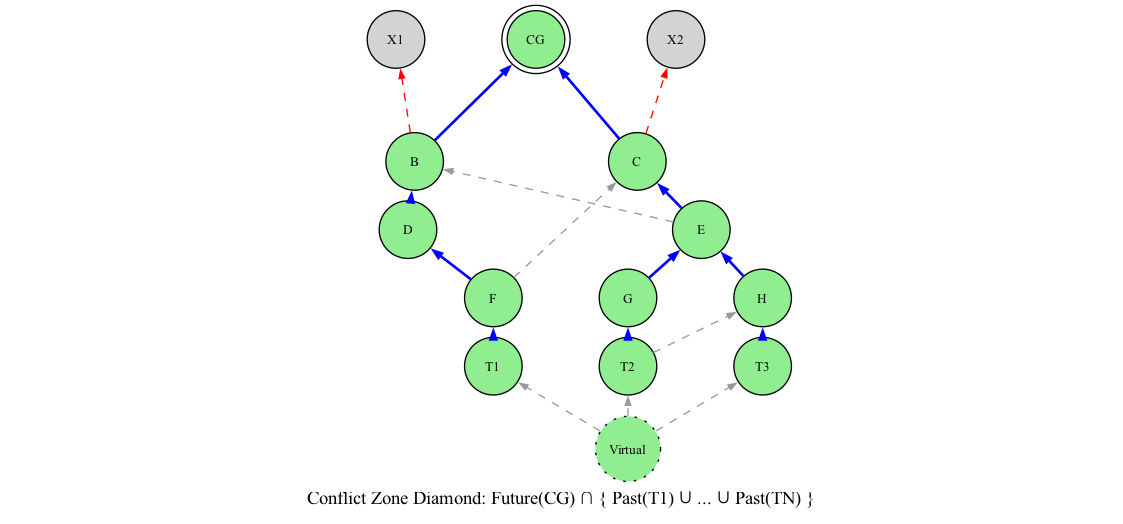
Before: png/03-conflict-zone-diamond.png, a diagram exported from Graphviz (coderofstuff/dk-wiki). Its source is kept beside it as dot/03-conflict-zone-diamond.dot.
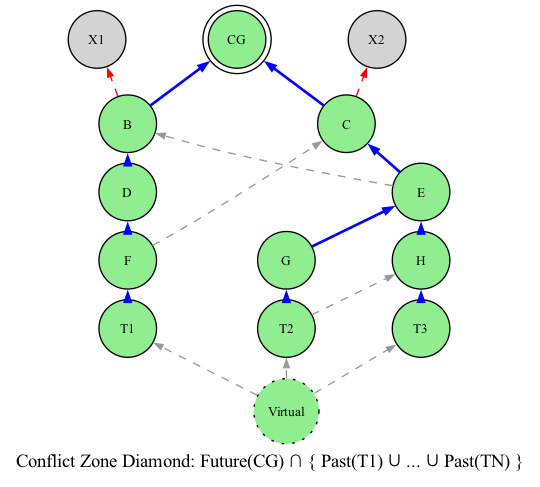
After the change.

The edit, as a diff of the source:
```diff
@@ -13,7 +13,11 @@
     Virtual [label="Virtual", shape=circle, style="dotted,filled", fillcolor=lightgreen];
 
     subgraph cluster_left {
-        style=invis;
+        label="";
+        labelloc=b;
+        style="dashed";
+        color=white;
+        penwidth=0;
         B [label="B", fillcolor=lightgreen];
         D [label="D", fillcolor=lightgreen];
         F [label="F", fillcolor=lightgreen];
@@ -21,7 +25,11 @@
     }
 
     subgraph cluster_right {
-        style=invis;
+        label="";
+        labelloc=b;
+        style="dashed";
+        color=white;
+        penwidth=0;
         C [label="C", fillcolor=lightgreen];
         E [label="E", fillcolor=lightgreen];
         G [label="G", fillcolor=lightgreen];
```
